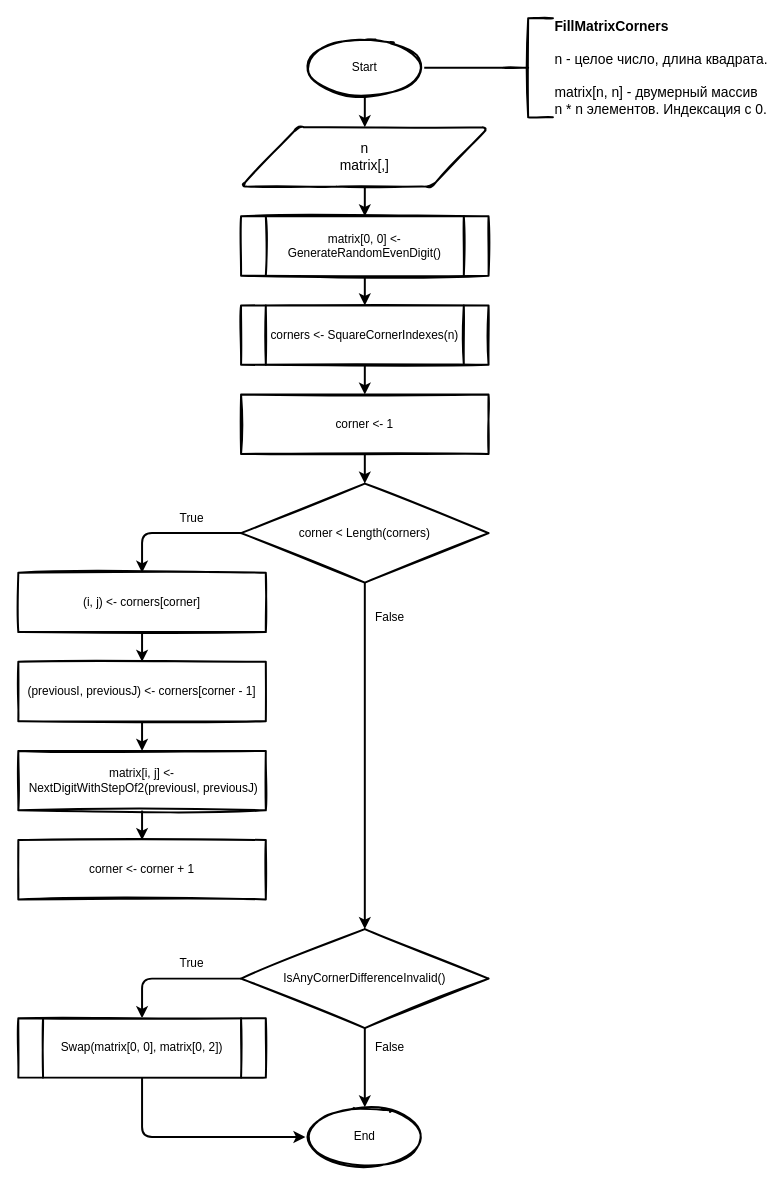
Earlier version of the draw.io diagram page "FillMatrixCorners" (3 of 6) of AAP/homework/Untitled Diagram.drawio (nikitakaralius/University). Source tidied: cells renumbered, new cells numbered last; positions are measured from the earlier drawing's top-left corner, leaving out a move shared by most shapes. Both pictures are drawn from the tidied source at 99%, with x=0, y=0 at pixel (18, 18).
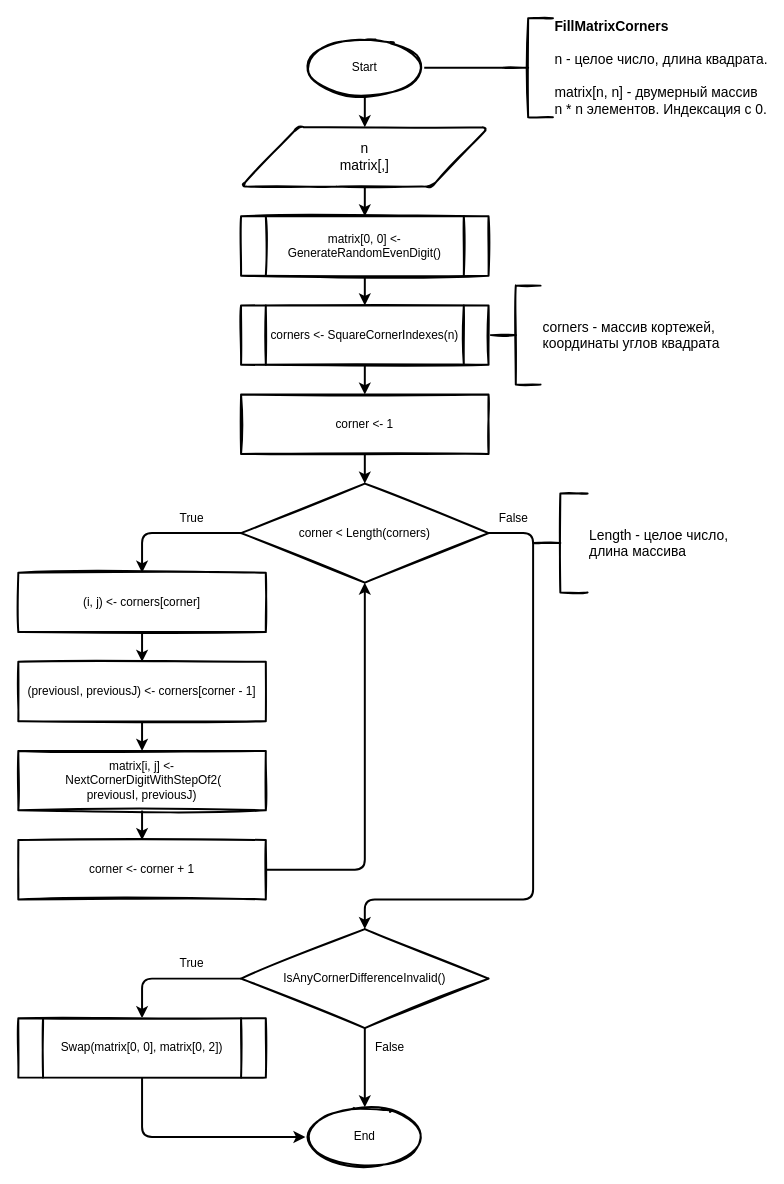
The same diagram, later.

Unchanged cells that the change refers to:
```xml
<mxCell id="14" value="corner &amp;lt; Length(corners)" style="strokeWidth=2;html=1;shape=mxgraph.flowchart.decision;whiteSpace=wrap;rounded=0;sketch=1;strokeColor=default;fontFamily=Helvetica;fontSize=12;fontColor=default;fillColor=default;" parent="1" vertex="1">
  <mxGeometry x="225" y="470" width="250" height="100" as="geometry" />
</mxCell>
<mxCell id="23" value="corner &amp;lt;- corner + 1" style="rounded=0;whiteSpace=wrap;html=1;sketch=1;strokeWidth=2;" parent="1" vertex="1">
  <mxGeometry y="830" width="250" height="60" as="geometry" />
</mxCell>
<mxCell id="26" value="IsAnyCornerDifferenceInvalid()" style="strokeWidth=2;html=1;shape=mxgraph.flowchart.decision;whiteSpace=wrap;rounded=0;sketch=1;strokeColor=default;fontFamily=Helvetica;fontSize=12;fontColor=default;fillColor=default;" parent="1" vertex="1">
  <mxGeometry x="225" y="920" width="250" height="100" as="geometry" />
</mxCell>
```

The edit, as a diff of the source:
```diff
@@
     <mxCell id="13" style="edgeStyle=orthogonalEdgeStyle;rounded=1;jettySize=auto;html=1;entryX=0.5;entryY=0;entryDx=0;entryDy=0;entryPerimeter=0;strokeWidth=2;fontFamily=Helvetica;fontSize=12;fontColor=default;endArrow=classic;endFill=1;" parent="1" edge="1" source="14" target="26">
-      <mxGeometry relative="1" as="geometry" />
+      <mxGeometry relative="1" as="geometry">
+        <Array as="points">
+          <mxPoint x="520" y="520" />
+          <mxPoint x="520" y="890" />
+          <mxPoint x="350" y="890" />
+        </Array>
+      </mxGeometry>
     </mxCell>
@@
-    <mxCell id="22" value="matrix[i, j] &amp;lt;-&lt;br&gt;&amp;nbsp;NextDigitWithStepOf2(previousI, previousJ)" style="rounded=0;whiteSpace=wrap;html=1;sketch=1;strokeWidth=2;" parent="1" vertex="1">
+    <mxCell id="22" value="matrix[i, j] &amp;lt;-&lt;br&gt;&amp;nbsp;NextCornerDigitWithStepOf2(&lt;br&gt;previousI, previousJ)" style="rounded=0;whiteSpace=wrap;html=1;sketch=1;strokeWidth=2;" parent="1" vertex="1">
       <mxGeometry y="740" width="250" height="60" as="geometry" />
     </mxCell>
+    <mxCell id="34" style="edgeStyle=orthogonalEdgeStyle;rounded=1;jettySize=auto;html=1;entryX=0.5;entryY=1;entryDx=0;entryDy=0;entryPerimeter=0;strokeWidth=2;fontFamily=Helvetica;fontSize=14;fontColor=default;endArrow=classic;endFill=1;" parent="1" edge="1" source="23" target="14">
+      <mxGeometry relative="1" as="geometry">
+        <Array as="points">
+          <mxPoint x="350" y="860" />
+        </Array>
+      </mxGeometry>
+    </mxCell>
@@
-    <mxCell id="31" value="False" style="text;html=1;align=center;verticalAlign=middle;strokeColor=none;fillColor=none;fontSize=12;fontFamily=Helvetica;fontColor=default;" parent="1" vertex="1">
-      <mxGeometry x="350" y="590" width="50" height="30" as="geometry" />
-    </mxCell>
@@
+    <mxCell id="35" value="&lt;font style=&quot;font-size: 14px;&quot;&gt;Length - целое число,&lt;br&gt;длина массива&lt;/font&gt;" style="strokeWidth=2;html=1;shape=mxgraph.flowchart.annotation_2;align=left;labelPosition=right;rounded=0;sketch=1;strokeColor=default;fontFamily=Helvetica;fontSize=12;fontColor=default;fillColor=default;" parent="1" vertex="1">
+      <mxGeometry x="520" y="480" width="55" height="100" as="geometry" />
+    </mxCell>
+    <mxCell id="36" value="corners - массив кортежей,&amp;nbsp;&lt;br&gt;координаты углов квадрата" style="strokeWidth=2;html=1;shape=mxgraph.flowchart.annotation_2;align=left;labelPosition=right;rounded=0;sketch=1;strokeColor=default;fontFamily=Helvetica;fontSize=14;fontColor=default;fillColor=default;" parent="1" vertex="1">
+      <mxGeometry x="477.5" y="270" width="50" height="100" as="geometry" />
+    </mxCell>
+    <mxCell id="31" value="False" style="text;html=1;align=center;verticalAlign=middle;strokeColor=none;fillColor=none;fontSize=12;fontFamily=Helvetica;fontColor=default;" parent="1" vertex="1">
+      <mxGeometry x="475" y="490" width="50" height="30" as="geometry" />
+    </mxCell>
```
